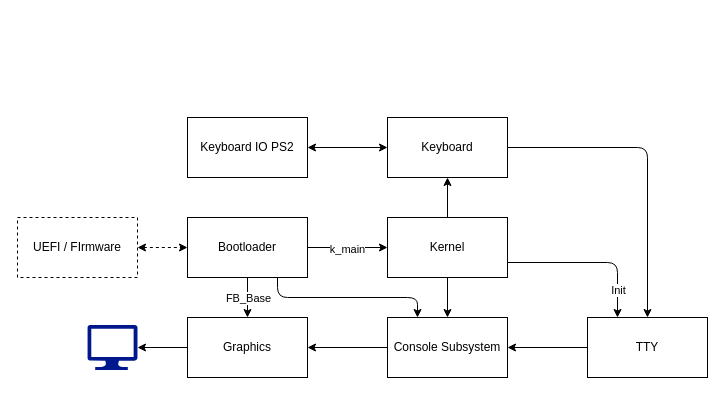
Earlier version of the draw.io diagram systems.dio (TheBigBlockPC/CustomOS_x86). Source tidied: cells renumbered, new cells numbered last; positions are measured from the earlier drawing's top-left corner, leaving out a move shared by most shapes. Both pictures are drawn from the tidied source at 100%, with x=0, y=0 at pixel (17, 117).
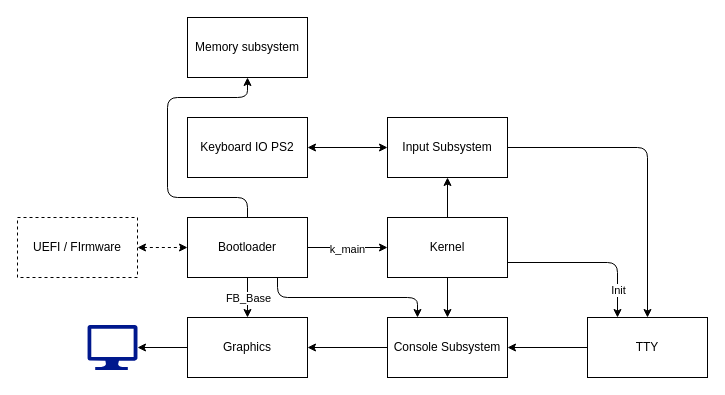
The same diagram, later.

Commit message (it also covers changes not shown here):
memory setup

The change refers to these unchanged cells:
```xml
<mxCell id="2" value="Bootloader" style="rounded=0;whiteSpace=wrap;html=1;" parent="1" vertex="1">
  <mxGeometry x="170" y="100" width="120" height="60" as="geometry" />
</mxCell>
```

The edit, as a diff of the source:
```diff
@@
-    <mxCell id="3" value="Keyboard" style="rounded=0;whiteSpace=wrap;html=1;" parent="1" vertex="1">
+    <mxCell id="3" value="Input Subsystem" style="rounded=0;whiteSpace=wrap;html=1;" parent="1" vertex="1">
       <mxGeometry x="370" width="120" height="60" as="geometry" />
     </mxCell>
@@
+    <mxCell id="26" value="Memory subsystem" style="rounded=0;whiteSpace=wrap;html=1;" parent="1" vertex="1">
+      <mxGeometry x="170" y="-100" width="120" height="60" as="geometry" />
+    </mxCell>
+    <mxCell id="27" style="endArrow=classic;html=1;exitX=0.5;exitY=0;exitDx=0;exitDy=0;entryX=0.5;entryY=1;entryDx=0;entryDy=0;" parent="1" edge="1" source="2" target="26">
+      <mxGeometry relative="1" as="geometry">
+        <Array as="points">
+          <mxPoint x="230" y="80" />
+          <mxPoint x="150" y="80" />
+          <mxPoint x="150" y="-20" />
+          <mxPoint x="230" y="-20" />
+        </Array>
+      </mxGeometry>
+    </mxCell>
```
